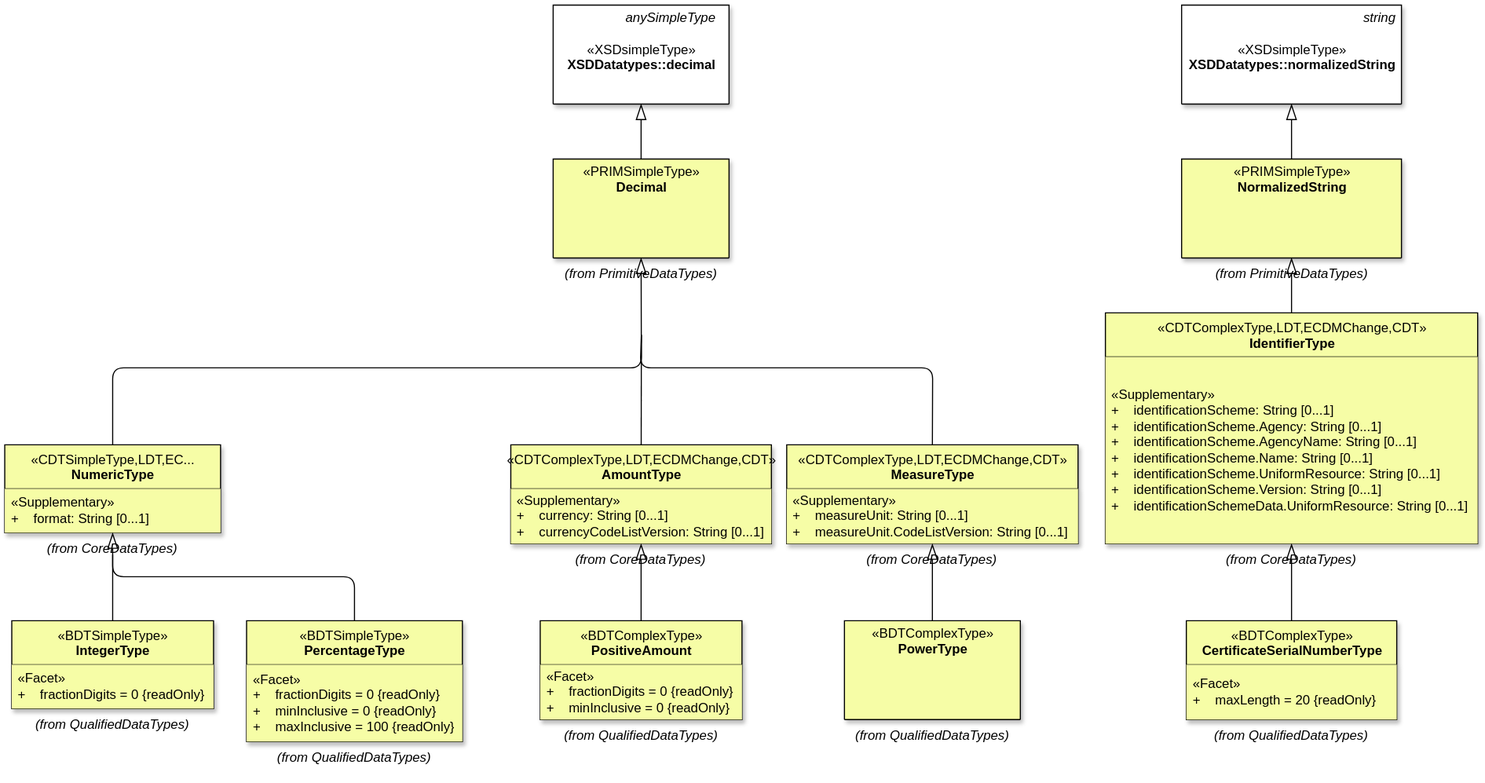
Earlier version of the draw.io export OCPP_2.0.1/images/figure_2.svg (phoi5675/ocpp-markdown). Source tidied: cells renumbered, new cells last; positions are measured from the earlier drawing's top-left corner, leaving out a move shared by most shapes.
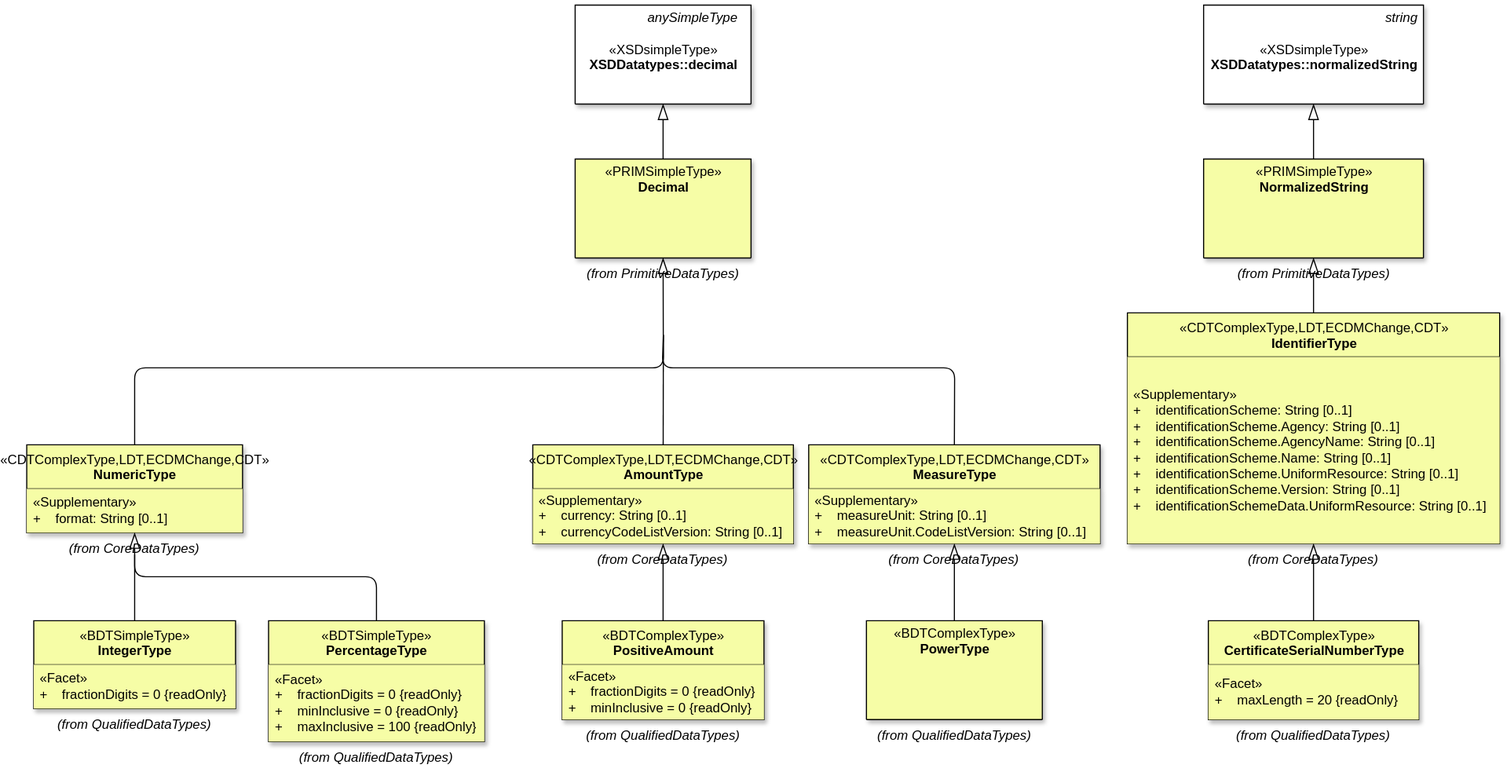
The same file after the commit.

Diff of the diagram source:
```diff
@@ -23,10 +23,10 @@
     <mxCell id="8" style="group;fontSize=12;" parent="7" vertex="1">
       <mxGeometry width="200" height="110" as="geometry" />
     </mxCell>
-    <mxCell id="9" value="&lt;font style=&quot;border-color: var(--border-color); font-size: 12px;&quot;&gt;«C&lt;/font&gt;&lt;font style=&quot;border-color: var(--border-color); font-size: 12px;&quot;&gt;DTSimpleType,LDT,EC...&lt;br style=&quot;border-color: var(--border-color); font-size: 12px;&quot;&gt;&lt;/font&gt;&lt;b style=&quot;border-color: var(--border-color); background-color: initial; font-size: 12px;&quot;&gt;NumericType&lt;/b&gt;" style="swimlane;fontStyle=0;align=center;verticalAlign=top;horizontal=1;startSize=40;html=1;shadow=1;labelBackgroundColor=none;fontFamily=Helvetica;fontSize=12;fillColor=#F6FDA6;" parent="8" vertex="1">
+    <mxCell id="9" value="&lt;font style=&quot;border-color: var(--border-color); font-size: 12px;&quot;&gt;&lt;font style=&quot;border-color: var(--border-color);&quot;&gt;«C&lt;/font&gt;&lt;font style=&quot;border-color: var(--border-color);&quot;&gt;DTComplexType,LDT,ECDMChange,CDT»&lt;/font&gt;&lt;br style=&quot;border-color: var(--border-color); font-size: 12px;&quot;&gt;&lt;/font&gt;&lt;b style=&quot;border-color: var(--border-color); background-color: initial; font-size: 12px;&quot;&gt;NumericType&lt;/b&gt;" style="swimlane;fontStyle=0;align=center;verticalAlign=top;horizontal=1;startSize=40;html=1;shadow=1;labelBackgroundColor=none;fontFamily=Helvetica;fontSize=12;fillColor=#F6FDA6;" parent="8" vertex="1">
       <mxGeometry x="1.8" width="196.3" height="80" as="geometry" />
     </mxCell>
-    <mxCell id="10" value="&lt;span style=&quot;text-align: center; font-size: 12px;&quot;&gt;«&lt;/span&gt;&lt;span style=&quot;border-color: var(--border-color); text-align: center; background-color: initial; font-size: 12px;&quot;&gt;Supplementary&lt;/span&gt;&lt;span style=&quot;text-align: center; font-size: 12px;&quot;&gt;»&lt;/span&gt;&lt;br style=&quot;border-color: var(--border-color); text-align: center; font-size: 12px;&quot;&gt;&lt;span style=&quot;border-color: var(--border-color); text-align: center; background-color: initial; font-size: 12px;&quot;&gt;+&amp;nbsp; &amp;nbsp; format: String [0...1]&lt;/span&gt;" style="text;html=1;strokeColor=none;fillColor=#F6FDA6;align=left;verticalAlign=middle;spacingLeft=4;spacingRight=4;overflow=hidden;shadow=1;labelBackgroundColor=none;fontFamily=Helvetica;fontSize=12;strokeWidth=2;perimeterSpacing=0;" parent="9" vertex="1">
+    <mxCell id="10" value="&lt;span style=&quot;text-align: center; font-size: 12px;&quot;&gt;«&lt;/span&gt;&lt;span style=&quot;border-color: var(--border-color); text-align: center; background-color: initial; font-size: 12px;&quot;&gt;Supplementary&lt;/span&gt;&lt;span style=&quot;text-align: center; font-size: 12px;&quot;&gt;»&lt;/span&gt;&lt;br style=&quot;border-color: var(--border-color); text-align: center; font-size: 12px;&quot;&gt;&lt;span style=&quot;border-color: var(--border-color); text-align: center; background-color: initial; font-size: 12px;&quot;&gt;+&amp;nbsp; &amp;nbsp; format: String [0..1]&lt;/span&gt;" style="text;html=1;strokeColor=none;fillColor=#F6FDA6;align=left;verticalAlign=middle;spacingLeft=4;spacingRight=4;overflow=hidden;shadow=1;labelBackgroundColor=none;fontFamily=Helvetica;fontSize=12;strokeWidth=2;perimeterSpacing=0;" parent="9" vertex="1">
       <mxGeometry y="40" width="196.3" height="40" as="geometry" />
     </mxCell>
     <mxCell id="11" value="&lt;font style=&quot;font-size: 12px;&quot;&gt;&lt;i style=&quot;font-size: 12px;&quot;&gt;(from&amp;nbsp;&lt;span style=&quot;background-color: initial; font-size: 12px;&quot;&gt;CoreDataTypes)&lt;/span&gt;&lt;/i&gt;&lt;/font&gt;" style="text;html=1;strokeColor=none;fillColor=none;align=center;verticalAlign=middle;whiteSpace=wrap;rounded=0;shadow=1;fontFamily=Helvetica;fontSize=12;" parent="8" vertex="1">
@@ -41,7 +41,7 @@
     <mxCell id="14" value="&lt;font style=&quot;border-color: var(--border-color); font-size: 12px;&quot;&gt;&lt;font style=&quot;border-color: var(--border-color);&quot;&gt;«C&lt;/font&gt;&lt;font style=&quot;border-color: var(--border-color);&quot;&gt;DTComplexType,LDT,ECDMChange,CDT»&lt;/font&gt;&lt;br style=&quot;border-color: var(--border-color); font-size: 12px;&quot;&gt;&lt;/font&gt;&lt;b style=&quot;border-color: var(--border-color); background-color: initial; font-size: 12px;&quot;&gt;AmountType&lt;/b&gt;" style="swimlane;fontStyle=0;align=center;verticalAlign=top;horizontal=1;startSize=40;html=1;shadow=1;labelBackgroundColor=none;fontFamily=Helvetica;fontSize=12;fillColor=#F6FDA6;" parent="13" vertex="1">
       <mxGeometry x="2.2" width="237.1" height="90" as="geometry" />
     </mxCell>
-    <mxCell id="15" value="&lt;span style=&quot;text-align: center; font-size: 12px;&quot;&gt;«&lt;/span&gt;&lt;span style=&quot;border-color: var(--border-color); text-align: center; background-color: initial; font-size: 12px;&quot;&gt;Supplementary&lt;/span&gt;&lt;span style=&quot;text-align: center; font-size: 12px;&quot;&gt;»&lt;/span&gt;&lt;br style=&quot;border-color: var(--border-color); text-align: center; font-size: 12px;&quot;&gt;&lt;span style=&quot;border-color: var(--border-color); text-align: center; background-color: initial; font-size: 12px;&quot;&gt;+&amp;nbsp; &amp;nbsp; currency: String [0...1]&lt;br style=&quot;font-size: 12px;&quot;&gt;+&amp;nbsp; &amp;nbsp; currencyCodeListVersion: String [0...1]&lt;br style=&quot;font-size: 12px;&quot;&gt;&lt;/span&gt;" style="text;html=1;strokeColor=none;fillColor=#F6FDA6;align=left;verticalAlign=middle;spacingLeft=4;spacingRight=4;overflow=hidden;shadow=1;labelBackgroundColor=none;fontFamily=Helvetica;fontSize=12;strokeWidth=2;perimeterSpacing=0;" parent="14" vertex="1">
+    <mxCell id="15" value="&lt;span style=&quot;text-align: center; font-size: 12px;&quot;&gt;«&lt;/span&gt;&lt;span style=&quot;border-color: var(--border-color); text-align: center; background-color: initial; font-size: 12px;&quot;&gt;Supplementary&lt;/span&gt;&lt;span style=&quot;text-align: center; font-size: 12px;&quot;&gt;»&lt;/span&gt;&lt;br style=&quot;border-color: var(--border-color); text-align: center; font-size: 12px;&quot;&gt;&lt;span style=&quot;border-color: var(--border-color); text-align: center; background-color: initial; font-size: 12px;&quot;&gt;+&amp;nbsp; &amp;nbsp; currency: String [0..1]&lt;br style=&quot;font-size: 12px;&quot;&gt;+&amp;nbsp; &amp;nbsp; currencyCodeListVersion: String [0..1]&lt;br style=&quot;font-size: 12px;&quot;&gt;&lt;/span&gt;" style="text;html=1;strokeColor=none;fillColor=#F6FDA6;align=left;verticalAlign=middle;spacingLeft=4;spacingRight=4;overflow=hidden;shadow=1;labelBackgroundColor=none;fontFamily=Helvetica;fontSize=12;strokeWidth=2;perimeterSpacing=0;" parent="14" vertex="1">
       <mxGeometry y="40" width="237.1" height="50" as="geometry" />
     </mxCell>
     <mxCell id="16" value="&lt;font style=&quot;font-size: 12px;&quot;&gt;&lt;i style=&quot;font-size: 12px;&quot;&gt;(from&amp;nbsp;&lt;span style=&quot;background-color: initial; font-size: 12px;&quot;&gt;CoreDataTypes)&lt;/span&gt;&lt;/i&gt;&lt;/font&gt;" style="text;html=1;strokeColor=none;fillColor=none;align=center;verticalAlign=middle;whiteSpace=wrap;rounded=0;shadow=1;fontFamily=Helvetica;fontSize=12;" parent="12" vertex="1">
@@ -69,7 +69,7 @@
     <mxCell id="21" value="&lt;font style=&quot;border-color: var(--border-color); font-size: 12px;&quot;&gt;&lt;font style=&quot;border-color: var(--border-color);&quot;&gt;«C&lt;/font&gt;&lt;font style=&quot;border-color: var(--border-color);&quot;&gt;DTComplexType,LDT,ECDMChange,CDT»&lt;/font&gt;&lt;br style=&quot;border-color: var(--border-color); font-size: 12px;&quot;&gt;&lt;/font&gt;&lt;b style=&quot;border-color: var(--border-color); background-color: initial; font-size: 12px;&quot;&gt;MeasureType&lt;/b&gt;" style="swimlane;fontStyle=0;align=center;verticalAlign=top;horizontal=1;startSize=40;html=1;shadow=1;labelBackgroundColor=none;fontFamily=Helvetica;fontSize=12;fillColor=#F6FDA6;" parent="20" vertex="1">
       <mxGeometry x="2.5" width="265" height="90" as="geometry" />
     </mxCell>
-    <mxCell id="22" value="&lt;span style=&quot;text-align: center; font-size: 12px;&quot;&gt;«&lt;/span&gt;&lt;span style=&quot;border-color: var(--border-color); text-align: center; background-color: initial; font-size: 12px;&quot;&gt;Supplementary&lt;/span&gt;&lt;span style=&quot;text-align: center; font-size: 12px;&quot;&gt;»&lt;/span&gt;&lt;br style=&quot;border-color: var(--border-color); text-align: center; font-size: 12px;&quot;&gt;&lt;span style=&quot;border-color: var(--border-color); text-align: center; background-color: initial; font-size: 12px;&quot;&gt;+&amp;nbsp; &amp;nbsp; measureUnit: String [0...1]&lt;br style=&quot;font-size: 12px;&quot;&gt;+&amp;nbsp; &amp;nbsp; measureUnit.CodeListVersion: String [0...1]&lt;br style=&quot;font-size: 12px;&quot;&gt;&lt;/span&gt;" style="text;html=1;strokeColor=none;fillColor=#F6FDA6;align=left;verticalAlign=middle;spacingLeft=4;spacingRight=4;overflow=hidden;shadow=1;labelBackgroundColor=none;fontFamily=Helvetica;fontSize=12;strokeWidth=2;perimeterSpacing=0;" parent="21" vertex="1">
+    <mxCell id="22" value="&lt;span style=&quot;text-align: center; font-size: 12px;&quot;&gt;«&lt;/span&gt;&lt;span style=&quot;border-color: var(--border-color); text-align: center; background-color: initial; font-size: 12px;&quot;&gt;Supplementary&lt;/span&gt;&lt;span style=&quot;text-align: center; font-size: 12px;&quot;&gt;»&lt;/span&gt;&lt;br style=&quot;border-color: var(--border-color); text-align: center; font-size: 12px;&quot;&gt;&lt;span style=&quot;border-color: var(--border-color); text-align: center; background-color: initial; font-size: 12px;&quot;&gt;+&amp;nbsp; &amp;nbsp; measureUnit: String [0..1]&lt;br style=&quot;font-size: 12px;&quot;&gt;+&amp;nbsp; &amp;nbsp; measureUnit.CodeListVersion: String [0..1]&lt;br style=&quot;font-size: 12px;&quot;&gt;&lt;/span&gt;" style="text;html=1;strokeColor=none;fillColor=#F6FDA6;align=left;verticalAlign=middle;spacingLeft=4;spacingRight=4;overflow=hidden;shadow=1;labelBackgroundColor=none;fontFamily=Helvetica;fontSize=12;strokeWidth=2;perimeterSpacing=0;" parent="21" vertex="1">
       <mxGeometry y="40" width="265" height="50" as="geometry" />
     </mxCell>
     <mxCell id="23" value="&lt;font style=&quot;font-size: 12px;&quot;&gt;&lt;i style=&quot;font-size: 12px;&quot;&gt;(from&amp;nbsp;&lt;span style=&quot;background-color: initial; font-size: 12px;&quot;&gt;CoreDataTypes)&lt;/span&gt;&lt;/i&gt;&lt;/font&gt;" style="text;html=1;strokeColor=none;fillColor=none;align=center;verticalAlign=middle;whiteSpace=wrap;rounded=0;shadow=1;fontFamily=Helvetica;fontSize=12;" parent="19" vertex="1">
@@ -186,7 +186,7 @@
     <mxCell id="56" value="&lt;font style=&quot;border-color: var(--border-color); font-size: 12px;&quot;&gt;«C&lt;/font&gt;&lt;font style=&quot;border-color: var(--border-color); font-size: 12px;&quot;&gt;DTComplexType,LDT,ECDMChange,CDT»&lt;br style=&quot;border-color: var(--border-color); font-size: 12px;&quot;&gt;&lt;/font&gt;&lt;b style=&quot;border-color: var(--border-color); background-color: initial; font-size: 12px;&quot;&gt;IdentifierType&lt;/b&gt;" style="swimlane;fontStyle=0;align=center;verticalAlign=top;horizontal=1;startSize=40;html=1;shadow=1;labelBackgroundColor=none;fontFamily=Helvetica;fontSize=12;fillColor=#F6FDA6;" parent="55" vertex="1">
       <mxGeometry x="3.2" width="338.7" height="210" as="geometry" />
     </mxCell>
-    <mxCell id="57" value="&lt;span style=&quot;text-align: center; font-size: 12px;&quot;&gt;«&lt;/span&gt;&lt;span style=&quot;border-color: var(--border-color); text-align: center; background-color: initial; font-size: 12px;&quot;&gt;Supplementary&lt;/span&gt;&lt;span style=&quot;text-align: center; font-size: 12px;&quot;&gt;»&lt;/span&gt;&lt;br style=&quot;border-color: var(--border-color); text-align: center; font-size: 12px;&quot;&gt;&lt;span style=&quot;border-color: var(--border-color); text-align: center; background-color: initial; font-size: 12px;&quot;&gt;+&amp;nbsp; &amp;nbsp; identificationScheme: String [0...1]&lt;br style=&quot;font-size: 12px;&quot;&gt;+&amp;nbsp; &amp;nbsp; identificationScheme.Agency: String [0...1]&lt;br style=&quot;font-size: 12px;&quot;&gt;+&amp;nbsp; &amp;nbsp; identificationScheme.AgencyName: String [0...1]&lt;br style=&quot;font-size: 12px;&quot;&gt;+&amp;nbsp; &amp;nbsp; identificationScheme.Name: String [0...1]&lt;br style=&quot;font-size: 12px;&quot;&gt;+&amp;nbsp; &amp;nbsp; identificationScheme.UniformResource: String [0...1]&lt;br style=&quot;font-size: 12px;&quot;&gt;+&amp;nbsp; &amp;nbsp; identificationScheme.Version: String [0...1]&lt;br style=&quot;font-size: 12px;&quot;&gt;+&amp;nbsp; &amp;nbsp; identificationSchemeData.UniformResource: String [0...1]&lt;br style=&quot;font-size: 12px;&quot;&gt;&lt;/span&gt;" style="text;html=1;strokeColor=none;fillColor=#F6FDA6;align=left;verticalAlign=middle;spacingLeft=4;spacingRight=4;overflow=hidden;shadow=1;labelBackgroundColor=none;fontFamily=Helvetica;fontSize=12;strokeWidth=2;perimeterSpacing=0;" parent="56" vertex="1">
+    <mxCell id="57" value="&lt;span style=&quot;text-align: center; font-size: 12px;&quot;&gt;«&lt;/span&gt;&lt;span style=&quot;border-color: var(--border-color); text-align: center; background-color: initial; font-size: 12px;&quot;&gt;Supplementary&lt;/span&gt;&lt;span style=&quot;text-align: center; font-size: 12px;&quot;&gt;»&lt;/span&gt;&lt;br style=&quot;border-color: var(--border-color); text-align: center; font-size: 12px;&quot;&gt;&lt;span style=&quot;border-color: var(--border-color); text-align: center; background-color: initial; font-size: 12px;&quot;&gt;+&amp;nbsp; &amp;nbsp; identificationScheme: String [0..1]&lt;br style=&quot;font-size: 12px;&quot;&gt;+&amp;nbsp; &amp;nbsp; identificationScheme.Agency: String [0..1]&lt;br style=&quot;font-size: 12px;&quot;&gt;+&amp;nbsp; &amp;nbsp; identificationScheme.AgencyName: String [0..1]&lt;br style=&quot;font-size: 12px;&quot;&gt;+&amp;nbsp; &amp;nbsp; identificationScheme.Name: String [0..1]&lt;br style=&quot;font-size: 12px;&quot;&gt;+&amp;nbsp; &amp;nbsp; identificationScheme.UniformResource: String [0..1]&lt;br style=&quot;font-size: 12px;&quot;&gt;+&amp;nbsp; &amp;nbsp; identificationScheme.Version: String [0..1]&lt;br style=&quot;font-size: 12px;&quot;&gt;+&amp;nbsp; &amp;nbsp; identificationSchemeData.UniformResource: String [0..1]&lt;br style=&quot;font-size: 12px;&quot;&gt;&lt;/span&gt;" style="text;html=1;strokeColor=none;fillColor=#F6FDA6;align=left;verticalAlign=middle;spacingLeft=4;spacingRight=4;overflow=hidden;shadow=1;labelBackgroundColor=none;fontFamily=Helvetica;fontSize=12;strokeWidth=2;perimeterSpacing=0;" parent="56" vertex="1">
       <mxGeometry y="40" width="338.7" height="170" as="geometry" />
     </mxCell>
     <mxCell id="58" value="&lt;font style=&quot;font-size: 12px;&quot;&gt;&lt;i style=&quot;font-size: 12px;&quot;&gt;(from&amp;nbsp;&lt;span style=&quot;background-color: initial; font-size: 12px;&quot;&gt;CoreDataTypes)&lt;/span&gt;&lt;/i&gt;&lt;/font&gt;" style="text;html=1;strokeColor=none;fillColor=none;align=center;verticalAlign=middle;whiteSpace=wrap;rounded=0;shadow=1;fontFamily=Helvetica;fontSize=12;" parent="53" vertex="1">
```
